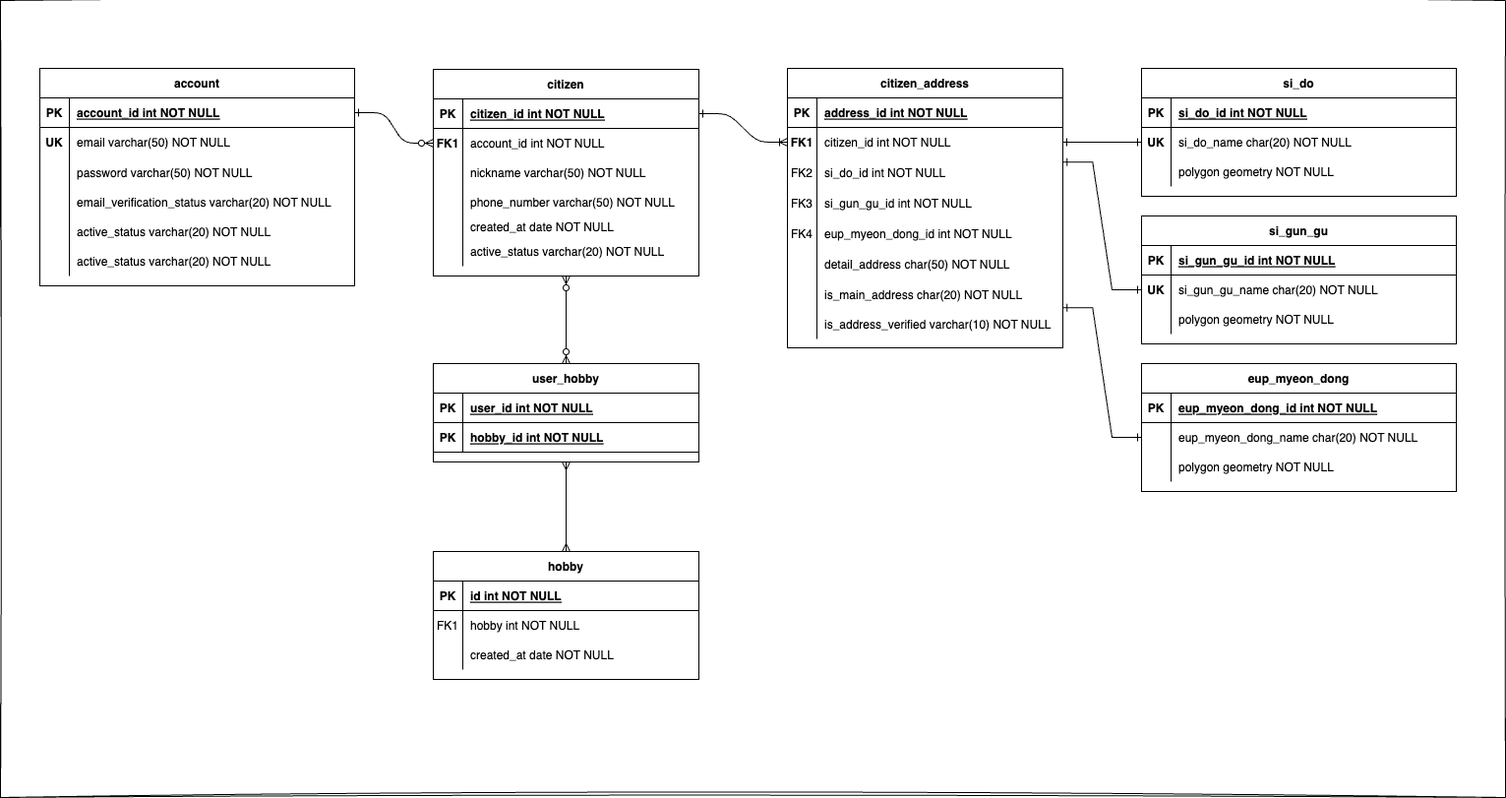
choomi1217/neighbor keeps this draw.io diagram as erd.drawio.png. Above is the earlier version. Source tidied: cells renumbered, new cells last; positions are measured from the earlier drawing's top-left corner, leaving out a move shared by most shapes.
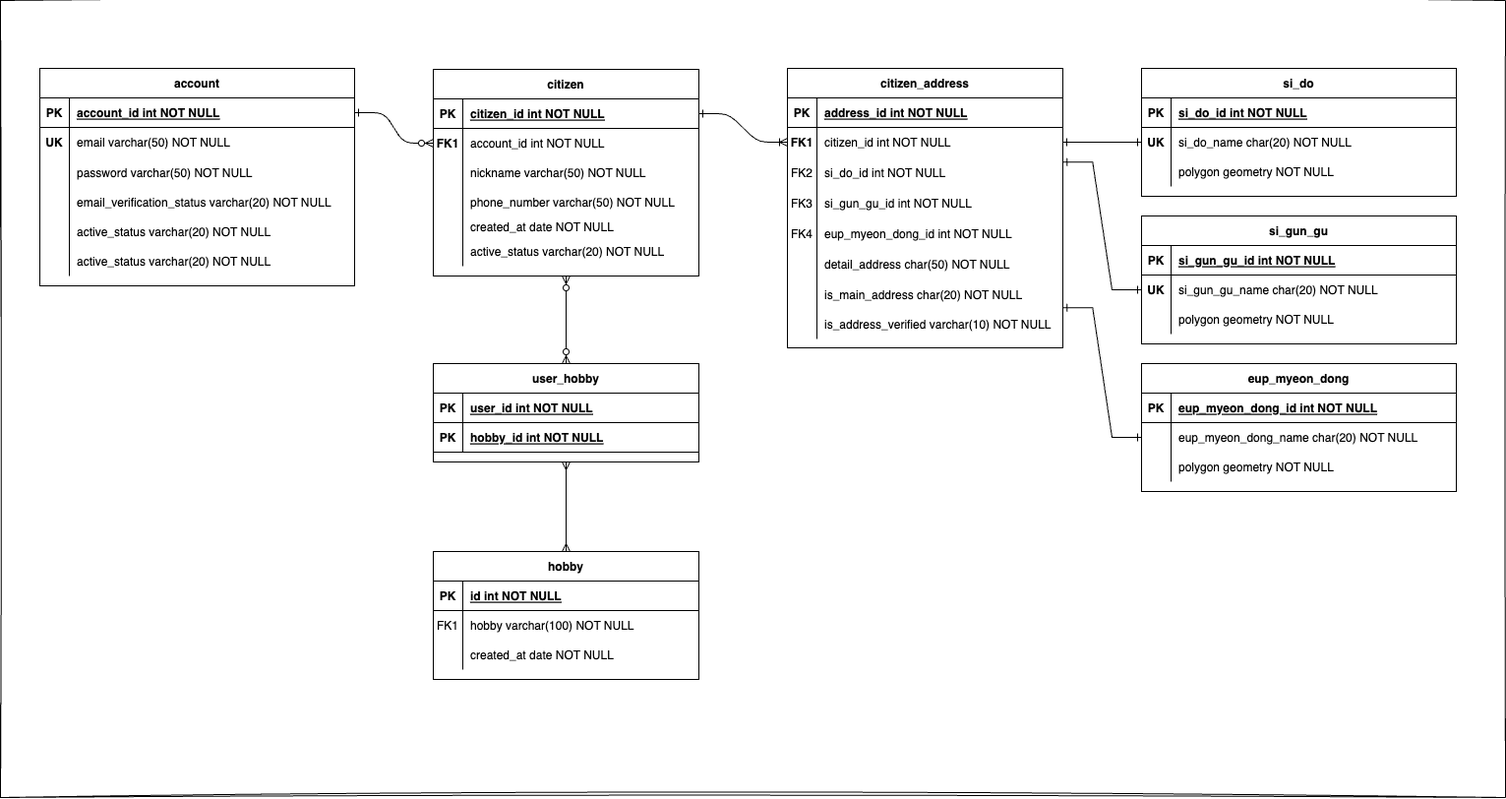
Above is the later version.

Change to the diagram source:
```diff
@@ -239,7 +239,7 @@
     <mxCell id="80" value="FK1" style="shape=partialRectangle;overflow=hidden;fillColor=none;top=0;left=0;bottom=0;right=0;" parent="79" vertex="1">
       <mxGeometry width="30" height="30" as="geometry" />
     </mxCell>
-    <mxCell id="81" value="hobby int NOT NULL" style="shape=partialRectangle;overflow=hidden;fillColor=none;top=0;left=0;bottom=0;right=0;align=left;spacingLeft=6;" parent="79" vertex="1">
+    <mxCell id="81" value="hobby varchar(100) NOT NULL" style="shape=partialRectangle;overflow=hidden;fillColor=none;top=0;left=0;bottom=0;right=0;align=left;spacingLeft=6;" parent="79" vertex="1">
       <mxGeometry x="30" width="240" height="30" as="geometry" />
     </mxCell>
     <mxCell id="82" style="shape=partialRectangle;fillColor=none;top=0;left=0;right=0;bottom=0;" parent="75" vertex="1">
```
